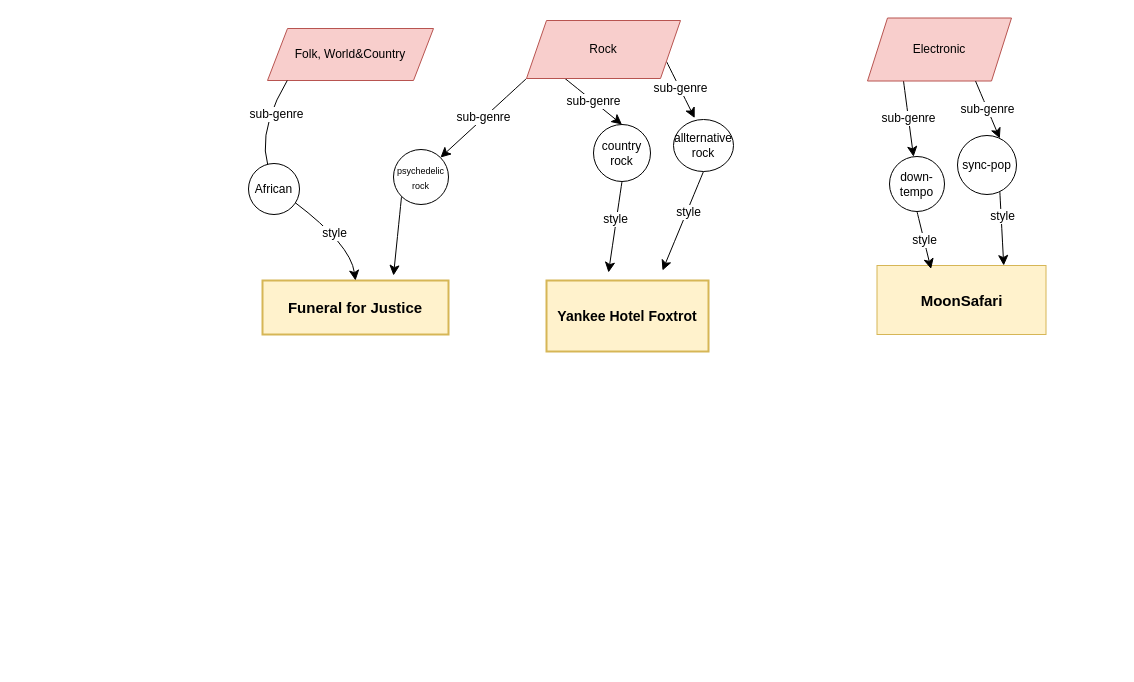
Earlier version of the draw.io diagram music_store.drawio (yuy123337/github-starter-course). Source tidied: cells renumbered, new cells numbered last; positions are measured from the earlier drawing's top-left corner, leaving out a move shared by most shapes. Both pictures are drawn from the tidied source at 100%, with x=0, y=0 at pixel (239, 18).
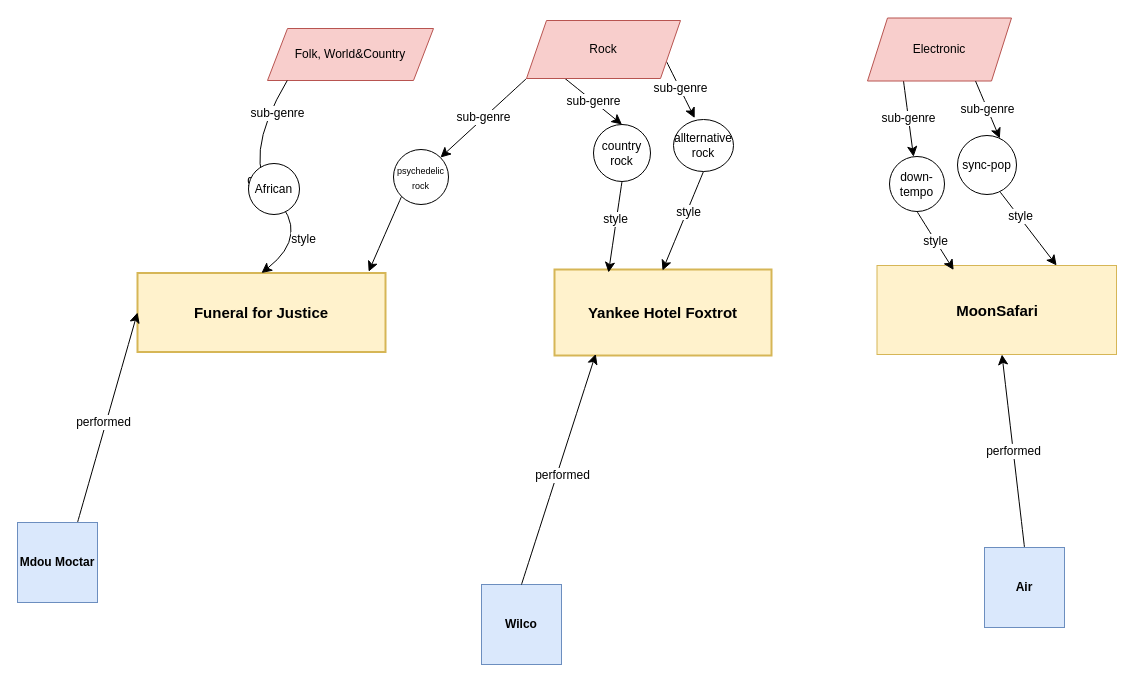
The same page after the edit.

The change refers to these unchanged cells:
```xml
<mxCell id="11" value="Folk, World&amp;amp;Country" style="shape=parallelogram;perimeter=parallelogramPerimeter;whiteSpace=wrap;html=1;fixedSize=1;fillColor=#f8cecc;strokeColor=#b85450;" parent="1" vertex="1">
  <mxGeometry x="28" y="10" width="166" height="52" as="geometry" />
</mxCell>
<mxCell id="26" value="&lt;font style=&quot;font-size: 9px;&quot;&gt;psychedelic rock&lt;/font&gt;" style="ellipse;whiteSpace=wrap;html=1;" parent="1" vertex="1">
  <mxGeometry x="154" y="131" width="55" height="55" as="geometry" />
</mxCell>
```

Diff of the diagram source:
```diff
@@
-    <mxCell id="2" value="Yankee Hotel Foxtrot" style="whiteSpace=wrap;strokeWidth=2;fillColor=#fff2cc;strokeColor=#d6b656;fontSize=14;fontStyle=1;" parent="1" vertex="1">
-      <mxGeometry x="307" y="262" width="162" height="71" as="geometry" />
+    <mxCell id="2" value="Yankee Hotel Foxtrot" style="whiteSpace=wrap;strokeWidth=2;fillColor=#fff2cc;strokeColor=#d6b656;fontSize=15;fontStyle=1;" parent="1" vertex="1">
+      <mxGeometry x="315" y="251" width="217" height="86" as="geometry" />
     </mxCell>
     <mxCell id="3" value="Funeral for Justice" style="whiteSpace=wrap;strokeWidth=2;fillColor=#fff2cc;strokeColor=#d6b656;fontSize=15;fontStyle=1;" parent="1" vertex="1">
-      <mxGeometry x="23" y="262" width="186" height="54" as="geometry" />
+      <mxGeometry x="-102" y="254.5" width="248" height="79" as="geometry" />
     </mxCell>
@@
     <mxCell id="12" style="endArrow=classic;html=1;rounded=0;fontSize=12;startSize=8;endSize=8;curved=1;exitX=0.119;exitY=1;exitDx=0;exitDy=0;exitPerimeter=0;entryX=0.5;entryY=0;entryDx=0;entryDy=0;" parent="1" edge="1" source="11" target="3">
       <mxGeometry relative="1" as="geometry">
         <Array as="points">
           <mxPoint y="142" />
-          <mxPoint x="111" y="226" />
+          <mxPoint x="71" y="216" />
         </Array>
       </mxGeometry>
     </mxCell>
@@
     <mxCell id="16" value="&lt;font size=&quot;1&quot; style=&quot;&quot;&gt;&lt;b style=&quot;font-size: 15px;&quot;&gt;MoonSafari&lt;/b&gt;&lt;/font&gt;" style="rounded=0;whiteSpace=wrap;html=1;fillColor=#fff2cc;strokeColor=#d6b656;" parent="1" vertex="1">
-      <mxGeometry x="637.5" y="247" width="169" height="69" as="geometry" />
+      <mxGeometry x="637.5" y="247" width="239.5" height="89" as="geometry" />
     </mxCell>
@@
-    <mxCell id="27" style="endArrow=classic;html=1;rounded=0;fontSize=12;startSize=8;endSize=8;curved=1;exitX=0;exitY=1;exitDx=0;exitDy=0;" parent="1" edge="1" source="26">
-      <mxGeometry relative="1" as="geometry">
-        <mxPoint x="154" y="257" as="targetPoint" />
-      </mxGeometry>
+    <mxCell id="27" style="endArrow=classic;html=1;rounded=0;fontSize=12;startSize=8;endSize=8;curved=1;exitX=0;exitY=1;exitDx=0;exitDy=0;entryX=0.932;entryY=-0.017;entryDx=0;entryDy=0;entryPerimeter=0;" parent="1" edge="1" source="26" target="3">
+      <mxGeometry relative="1" as="geometry" />
     </mxCell>
@@
+    <mxCell id="32" style="edgeStyle=none;curved=1;rounded=0;jettySize=auto;html=1;exitX=0.75;exitY=0;exitDx=0;exitDy=0;entryX=0;entryY=0.5;entryDx=0;entryDy=0;fontSize=12;startSize=8;endSize=8;" parent="1" edge="1" source="34" target="3">
+      <mxGeometry relative="1" as="geometry" />
+    </mxCell>
+    <mxCell id="33" value="performed" style="edgeLabel;html=1;align=center;verticalAlign=middle;fontSize=12;" parent="32" vertex="1">
+      <mxGeometry x="-0.05" y="2" relative="1" as="geometry">
+        <mxPoint x="-1" as="offset" />
+      </mxGeometry>
+    </mxCell>
+    <mxCell id="34" value="&lt;strong&gt;Mdou Moctar&lt;/strong&gt;" style="whiteSpace=wrap;html=1;fillColor=#dae8fc;strokeColor=#6c8ebf;" parent="1" vertex="1">
+      <mxGeometry x="-222" y="504" width="80" height="80" as="geometry" />
+    </mxCell>
+    <mxCell id="35" value="performed" style="edgeStyle=none;curved=1;rounded=0;jettySize=auto;html=1;exitX=0.5;exitY=0;exitDx=0;exitDy=0;fontSize=12;startSize=8;endSize=8;" parent="1" edge="1" source="36" target="16">
+      <mxGeometry relative="1" as="geometry" />
+    </mxCell>
+    <mxCell id="36" value="&lt;strong&gt;Air&lt;/strong&gt;" style="whiteSpace=wrap;html=1;fillColor=#dae8fc;strokeColor=#6c8ebf;" parent="1" vertex="1">
+      <mxGeometry x="745" y="529" width="80" height="80" as="geometry" />
+    </mxCell>
+    <mxCell id="37" value="&lt;b&gt;Wilco&lt;/b&gt;" style="whiteSpace=wrap;html=1;fillColor=#dae8fc;strokeColor=#6c8ebf;" parent="1" vertex="1">
+      <mxGeometry x="242" y="566" width="80" height="80" as="geometry" />
+    </mxCell>
+    <mxCell id="38" style="edgeStyle=none;curved=1;rounded=0;jettySize=auto;html=1;exitX=0.5;exitY=0;exitDx=0;exitDy=0;entryX=0.19;entryY=0.982;entryDx=0;entryDy=0;entryPerimeter=0;fontSize=12;startSize=8;endSize=8;" parent="1" edge="1" source="37" target="2">
+      <mxGeometry relative="1" as="geometry" />
+    </mxCell>
+    <mxCell id="39" value="performed" style="edgeLabel;html=1;align=center;verticalAlign=middle;fontSize=12;" parent="38" vertex="1">
+      <mxGeometry x="-0.03" y="-5" relative="1" as="geometry" />
+    </mxCell>
```
